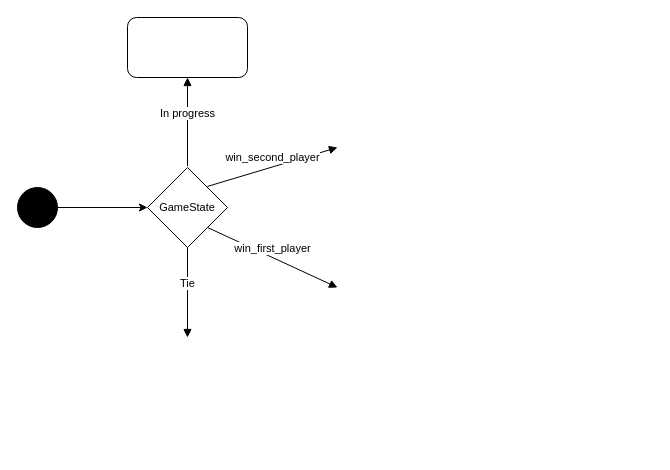
Before: hw1/Tic-tac-toe.drawio in vsawce/cmpe131-slugs, a draw.io diagram. Source tidied: cells renumbered, new cells numbered last; positions are measured from the earlier drawing's top-left corner, leaving out a move shared by most shapes. Both pictures are drawn from the tidied source at 100%, with x=0, y=0 at pixel (17, 17).
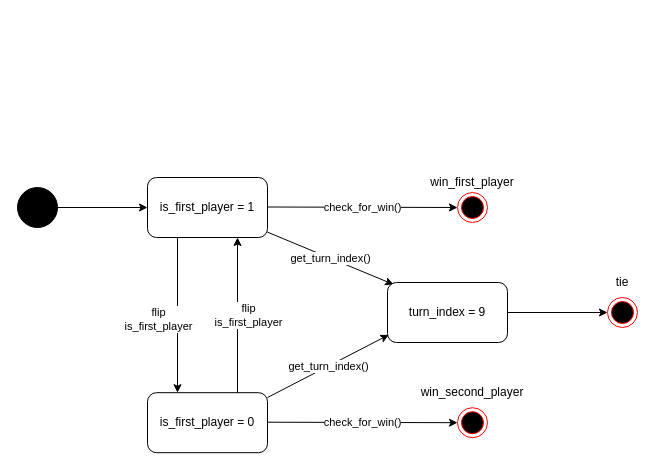
The same page after the edit.

Commit message:
State Machine

What changed in the source:
```diff
@@
-    <mxCell id="4" style="rhombus;whiteSpace=wrap;html=1;fillStyle=auto;fontFamily=Helvetica;fontSize=11;fontColor=default;fillColor=none;" parent="1" vertex="1">
-      <mxGeometry x="130" y="150" width="80" height="80" as="geometry" />
-    </mxCell>
-    <mxCell id="5" value="GameState" style="text;html=1;strokeColor=none;fillColor=none;align=center;verticalAlign=middle;whiteSpace=wrap;rounded=0;fillStyle=auto;fontFamily=Helvetica;fontSize=11;fontColor=default;" parent="1" vertex="1">
-      <mxGeometry x="140" y="170" width="60" height="40" as="geometry" />
-    </mxCell>
+    <mxCell id="11" value="is_first_player = 1" style="rounded=1;whiteSpace=wrap;html=1;" parent="1" vertex="1">
+      <mxGeometry x="130" y="160" width="120" height="60" as="geometry" />
+    </mxCell>
+    <mxCell id="12" style="endArrow=classic;html=1;rounded=0;entryX=0;entryY=0.5;entryDx=0;entryDy=0;" parent="1" edge="1" target="16">
+      <mxGeometry relative="1" as="geometry">
+        <mxPoint x="250" y="189.5" as="sourcePoint" />
+      </mxGeometry>
+    </mxCell>
+    <mxCell id="13" value="check_for_win()" style="edgeLabel;html=1;align=center;verticalAlign=middle;" parent="12" vertex="1">
+      <mxGeometry relative="1" as="geometry" />
+    </mxCell>
+    <mxCell id="14" style="endArrow=classic;html=1;rounded=0;entryX=0.25;entryY=0;entryDx=0;entryDy=0;" parent="1" edge="1" target="17">
+      <mxGeometry relative="1" as="geometry">
+        <mxPoint x="160" y="220" as="sourcePoint" />
+      </mxGeometry>
+    </mxCell>
+    <mxCell id="15" value="flip &lt;br&gt;is_first_player" style="edgeLabel;html=1;align=center;verticalAlign=middle;" parent="14" vertex="1">
+      <mxGeometry relative="1" as="geometry">
+        <mxPoint x="-20" y="3" as="offset" />
+      </mxGeometry>
+    </mxCell>
+    <mxCell id="16" style="ellipse;html=1;shape=endState;fillColor=#000000;strokeColor=#ff0000;" parent="1" vertex="1">
+      <mxGeometry x="440" y="175" width="30" height="30" as="geometry" />
+    </mxCell>
+    <mxCell id="17" value="is_first_player = 0" style="rounded=1;whiteSpace=wrap;html=1;" parent="1" vertex="1">
+      <mxGeometry x="130" y="375.2" width="120" height="60" as="geometry" />
+    </mxCell>
+    <mxCell id="18" style="endArrow=classic;html=1;rounded=0;entryX=0.75;entryY=1;entryDx=0;entryDy=0;exitX=0.75;exitY=0;exitDx=0;exitDy=0;" parent="1" edge="1" source="17" target="11">
+      <mxGeometry relative="1" as="geometry" />
+    </mxCell>
+    <mxCell id="19" value="flip &lt;br&gt;is_first_player" style="edgeLabel;html=1;align=center;verticalAlign=middle;" parent="18" vertex="1">
+      <mxGeometry relative="1" as="geometry">
+        <mxPoint x="10" as="offset" />
+      </mxGeometry>
+    </mxCell>
+    <mxCell id="20" style="endArrow=classic;html=1;rounded=0;" parent="1" edge="1">
+      <mxGeometry relative="1" as="geometry">
+        <mxPoint x="250" y="404.7" as="sourcePoint" />
+        <mxPoint x="440" y="405.2" as="targetPoint" />
+      </mxGeometry>
+    </mxCell>
+    <mxCell id="21" value="check_for_win()" style="edgeLabel;html=1;align=center;verticalAlign=middle;" parent="20" vertex="1">
+      <mxGeometry relative="1" as="geometry" />
+    </mxCell>
+    <mxCell id="22" style="ellipse;html=1;shape=endState;fillColor=#000000;strokeColor=#ff0000;" parent="1" vertex="1">
+      <mxGeometry x="440" y="390.2" width="30" height="30" as="geometry" />
+    </mxCell>
+    <mxCell id="23" style="ellipse;html=1;shape=endState;fillColor=#000000;strokeColor=#ff0000;" parent="1" vertex="1">
+      <mxGeometry x="590" y="280" width="30" height="30" as="geometry" />
+    </mxCell>
+    <mxCell id="24" style="endArrow=classic;html=1;rounded=0;exitX=0.999;exitY=0.91;exitDx=0;exitDy=0;exitPerimeter=0;entryX=0.051;entryY=0.033;entryDx=0;entryDy=0;entryPerimeter=0;" parent="1" edge="1" source="11" target="28">
+      <mxGeometry relative="1" as="geometry" />
+    </mxCell>
+    <mxCell id="25" value="get_turn_index()" style="edgeLabel;html=1;align=center;verticalAlign=middle;" parent="24" vertex="1">
+      <mxGeometry relative="1" as="geometry" />
+    </mxCell>
+    <mxCell id="26" style="endArrow=classic;html=1;rounded=0;entryX=0.011;entryY=0.872;entryDx=0;entryDy=0;entryPerimeter=0;" parent="1" edge="1" target="28">
+      <mxGeometry relative="1" as="geometry">
+        <mxPoint x="250" y="380" as="sourcePoint" />
+      </mxGeometry>
+    </mxCell>
+    <mxCell id="27" value="get_turn_index()" style="edgeLabel;html=1;align=center;verticalAlign=middle;" parent="26" vertex="1">
+      <mxGeometry relative="1" as="geometry" />
+    </mxCell>
+    <mxCell id="28" value="turn_index = 9" style="rounded=1;whiteSpace=wrap;html=1;" parent="1" vertex="1">
+      <mxGeometry x="370" y="265" width="120" height="60" as="geometry" />
+    </mxCell>
+    <mxCell id="29" style="endArrow=classic;html=1;rounded=0;entryX=0;entryY=0.5;entryDx=0;entryDy=0;exitX=1;exitY=0.5;exitDx=0;exitDy=0;" parent="1" edge="1" source="28" target="23">
+      <mxGeometry relative="1" as="geometry" />
+    </mxCell>
+    <mxCell id="9" value="win_first_player" style="text;html=1;strokeColor=none;fillColor=none;align=center;verticalAlign=middle;whiteSpace=wrap;rounded=0;" parent="1" vertex="1">
+      <mxGeometry x="425" y="150" width="60" height="30" as="geometry" />
+    </mxCell>
-    <mxCell id="6" value="win_second_player" style="html=1;verticalAlign=bottom;endArrow=block;rounded=0;labelBackgroundColor=default;strokeColor=default;fontFamily=Helvetica;fontSize=11;fontColor=default;shape=connector;" parent="1" edge="1">
-      <mxGeometry relative="1" as="geometry">
-        <mxPoint x="190" y="168.9" as="sourcePoint" />
-        <mxPoint x="320" y="130" as="targetPoint" />
-      </mxGeometry>
+    <mxCell id="6" value="win_second_player" style="text;html=1;strokeColor=none;fillColor=none;align=center;verticalAlign=middle;whiteSpace=wrap;rounded=0;" parent="1" vertex="1">
+      <mxGeometry x="425" y="360.2" width="60" height="30" as="geometry" />
     </mxCell>
-    <mxCell id="7" value="In progress" style="html=1;verticalAlign=bottom;endArrow=block;rounded=0;labelBackgroundColor=default;strokeColor=default;fontFamily=Helvetica;fontSize=11;fontColor=default;shape=connector;" parent="1" edge="1">
-      <mxGeometry relative="1" as="geometry">
-        <mxPoint x="170" y="148.6" as="sourcePoint" />
-        <mxPoint x="170" y="60" as="targetPoint" />
-      </mxGeometry>
-    </mxCell>
-    <mxCell id="8" value="Tie" style="html=1;verticalAlign=bottom;endArrow=block;rounded=0;labelBackgroundColor=default;strokeColor=default;fontFamily=Helvetica;fontSize=11;fontColor=default;shape=connector;" parent="1" edge="1">
-      <mxGeometry relative="1" as="geometry">
-        <mxPoint x="170" y="230" as="sourcePoint" />
-        <mxPoint x="170" y="320" as="targetPoint" />
-      </mxGeometry>
-    </mxCell>
-    <mxCell id="9" value="win_first_player" style="html=1;verticalAlign=bottom;endArrow=block;rounded=0;labelBackgroundColor=default;strokeColor=default;fontFamily=Helvetica;fontSize=11;fontColor=default;shape=connector;" parent="1" edge="1">
-      <mxGeometry relative="1" as="geometry">
-        <mxPoint x="190" y="210" as="sourcePoint" />
-        <mxPoint x="320" y="270" as="targetPoint" />
-      </mxGeometry>
-    </mxCell>
-    <mxCell id="10" style="rounded=1;whiteSpace=wrap;html=1;fillStyle=auto;fontFamily=Helvetica;fontSize=11;fontColor=default;fillColor=none;" parent="1" vertex="1">
-      <mxGeometry x="110" width="120" height="60" as="geometry" />
-    </mxCell>
+    <mxCell id="30" value="tie" style="text;html=1;strokeColor=none;fillColor=none;align=center;verticalAlign=middle;whiteSpace=wrap;rounded=0;" parent="1" vertex="1">
+      <mxGeometry x="575" y="250" width="60" height="30" as="geometry" />
+    </mxCell>
```
